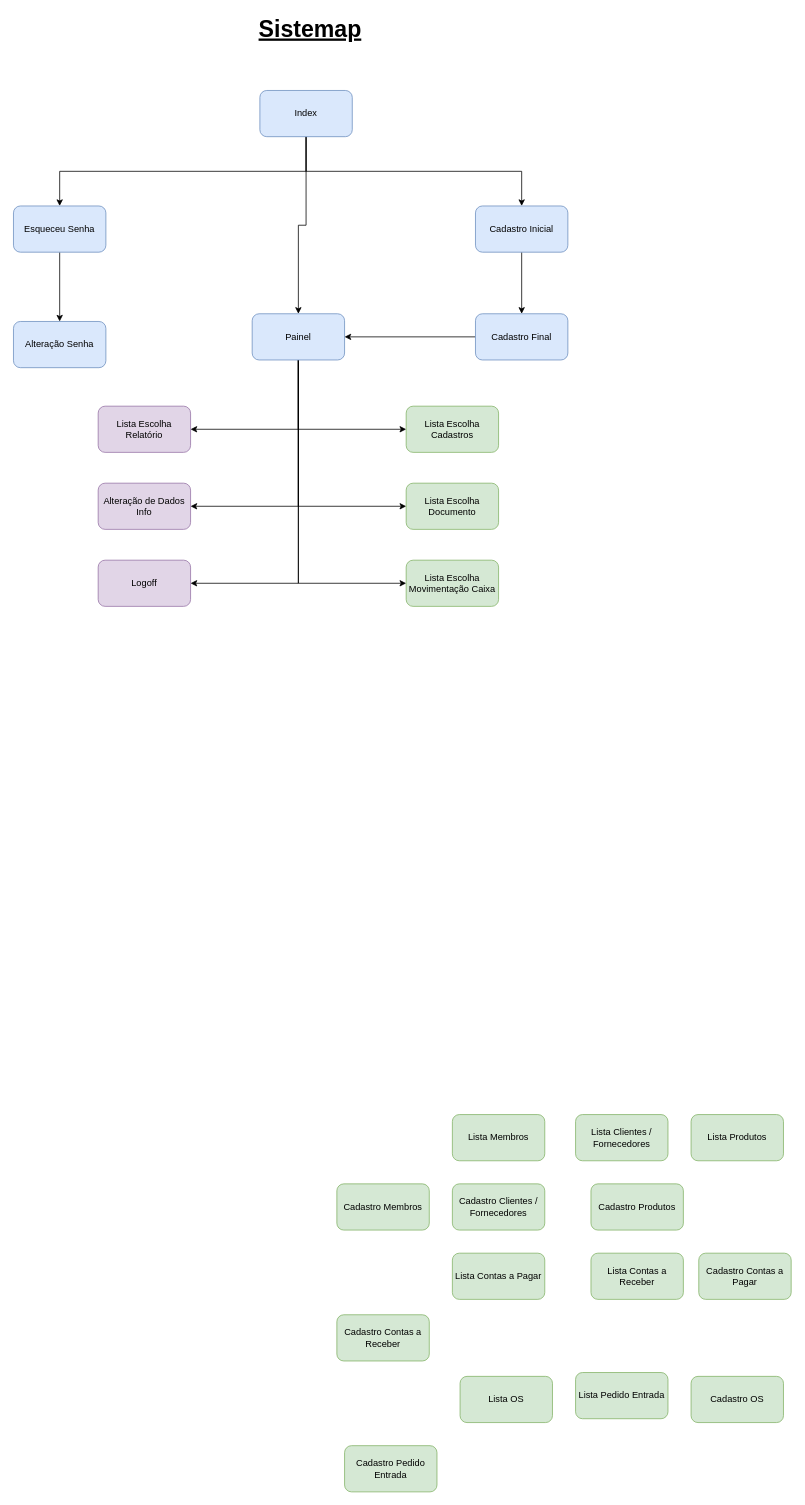
Earlier version of the draw.io diagram page "Sistemap Geral" (1 of 4) of APS - Sistemap.drawio (CSFelix/UML). Source tidied: cells renumbered, new cells numbered last; positions are measured from the earlier drawing's top-left corner, leaving out a move shared by most shapes. Both pictures are drawn from the tidied source at 77%, with x=0, y=0 at pixel (13, 13).
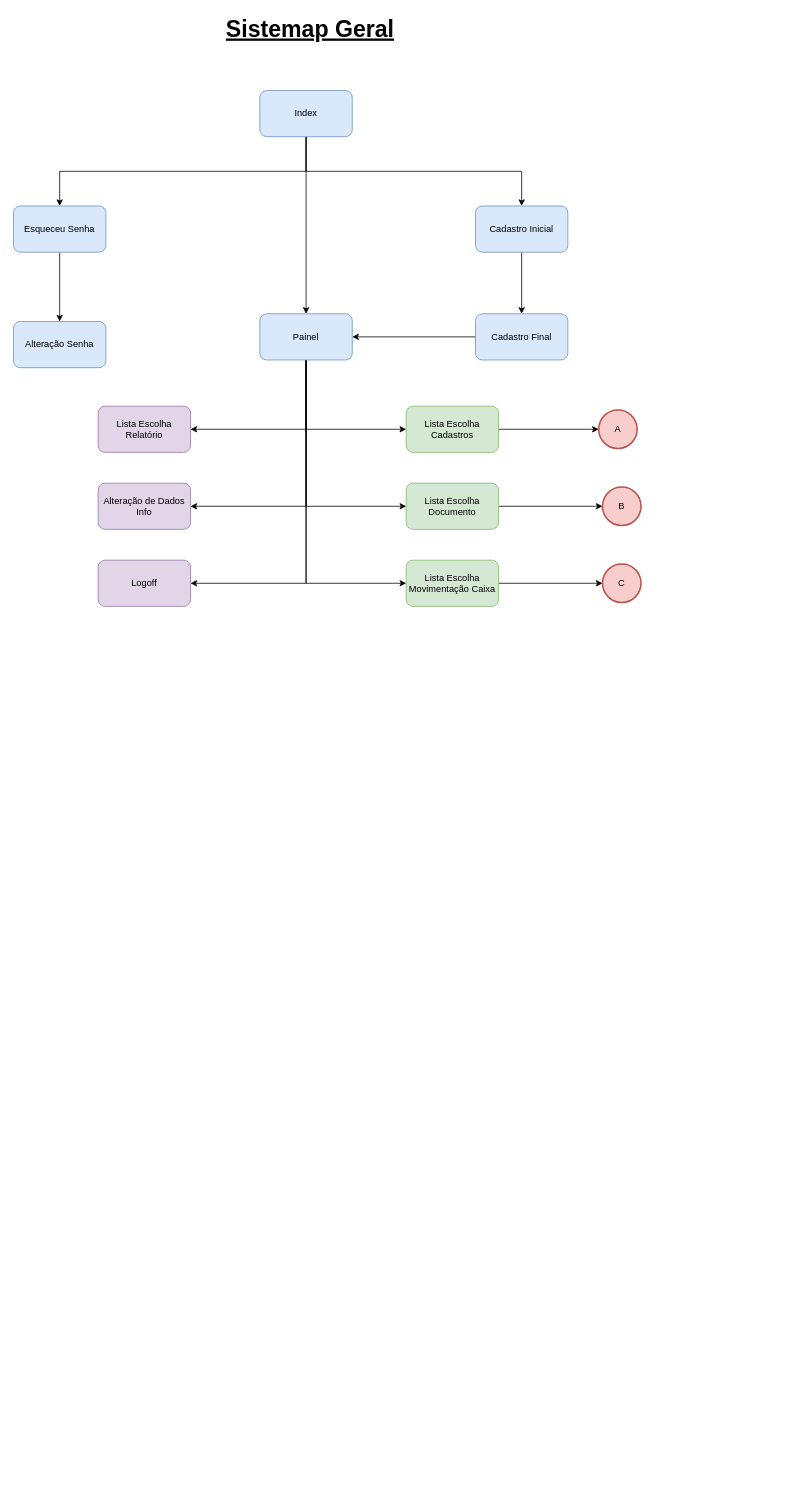
After the change.

The change refers to these unchanged cells:
```xml
<mxCell id="13" value="Lista Escolha Cadastros" style="rounded=1;whiteSpace=wrap;html=1;fillColor=#d5e8d4;strokeColor=#82b366;" parent="1" vertex="1">
  <mxGeometry x="510" y="510" width="120" height="60" as="geometry" />
</mxCell>
<mxCell id="20" value="Lista Escolha Movimentação Caixa" style="rounded=1;whiteSpace=wrap;html=1;fillColor=#d5e8d4;strokeColor=#82b366;" parent="1" vertex="1">
  <mxGeometry x="510" y="710" width="120" height="60" as="geometry" />
</mxCell>
<mxCell id="25" value="Lista Escolha Documento" style="rounded=1;whiteSpace=wrap;html=1;fillColor=#d5e8d4;strokeColor=#82b366;" parent="1" vertex="1">
  <mxGeometry x="510" y="610" width="120" height="60" as="geometry" />
</mxCell>
```

The edit, as a diff of the source:
```diff
@@
+    <mxCell id="41" style="edgeStyle=orthogonalEdgeStyle;rounded=0;jettySize=auto;html=1;" parent="1" edge="1" source="13" target="44">
+      <mxGeometry relative="1" as="geometry" />
+    </mxCell>
@@
-    <mxCell id="14" value="Lista Clientes / Fornecedores" style="rounded=1;whiteSpace=wrap;html=1;fillColor=#d5e8d4;strokeColor=#82b366;" parent="1" vertex="1">
-      <mxGeometry x="730" y="1430" width="120" height="60" as="geometry" />
-    </mxCell>
-    <mxCell id="15" value="Lista Membros" style="rounded=1;whiteSpace=wrap;html=1;fillColor=#d5e8d4;strokeColor=#82b366;" parent="1" vertex="1">
-      <mxGeometry x="570" y="1430" width="120" height="60" as="geometry" />
-    </mxCell>
-    <mxCell id="16" value="Lista Produtos" style="rounded=1;whiteSpace=wrap;html=1;fillColor=#d5e8d4;strokeColor=#82b366;" parent="1" vertex="1">
-      <mxGeometry x="880" y="1430" width="120" height="60" as="geometry" />
-    </mxCell>
-    <mxCell id="17" value="Cadastro Membros" style="rounded=1;whiteSpace=wrap;html=1;fillColor=#d5e8d4;strokeColor=#82b366;" parent="1" vertex="1">
-      <mxGeometry x="420" y="1520" width="120" height="60" as="geometry" />
-    </mxCell>
-    <mxCell id="18" value="Cadastro Produtos" style="rounded=1;whiteSpace=wrap;html=1;fillColor=#d5e8d4;strokeColor=#82b366;" parent="1" vertex="1">
-      <mxGeometry x="750" y="1520" width="120" height="60" as="geometry" />
-    </mxCell>
-    <mxCell id="19" value="Cadastro Clientes / Fornecedores" style="rounded=1;whiteSpace=wrap;html=1;fillColor=#d5e8d4;strokeColor=#82b366;" parent="1" vertex="1">
-      <mxGeometry x="570" y="1520" width="120" height="60" as="geometry" />
-    </mxCell>
+    <mxCell id="42" style="edgeStyle=orthogonalEdgeStyle;rounded=0;jettySize=auto;html=1;" parent="1" edge="1" source="20" target="46">
+      <mxGeometry relative="1" as="geometry" />
+    </mxCell>
@@
-    <mxCell id="21" value="Lista Contas a Receber" style="rounded=1;whiteSpace=wrap;html=1;fillColor=#d5e8d4;strokeColor=#82b366;" parent="1" vertex="1">
-      <mxGeometry x="750" y="1610" width="120" height="60" as="geometry" />
-    </mxCell>
-    <mxCell id="22" value="Lista Contas a Pagar" style="rounded=1;whiteSpace=wrap;html=1;fillColor=#d5e8d4;strokeColor=#82b366;" parent="1" vertex="1">
-      <mxGeometry x="570" y="1610" width="120" height="60" as="geometry" />
-    </mxCell>
-    <mxCell id="23" value="Cadastro Contas a Pagar" style="rounded=1;whiteSpace=wrap;html=1;fillColor=#d5e8d4;strokeColor=#82b366;" parent="1" vertex="1">
-      <mxGeometry x="890" y="1610" width="120" height="60" as="geometry" />
-    </mxCell>
-    <mxCell id="24" value="Cadastro Contas a Receber" style="rounded=1;whiteSpace=wrap;html=1;fillColor=#d5e8d4;strokeColor=#82b366;" parent="1" vertex="1">
-      <mxGeometry x="420" y="1690" width="120" height="60" as="geometry" />
-    </mxCell>
+    <mxCell id="43" style="edgeStyle=orthogonalEdgeStyle;rounded=0;jettySize=auto;html=1;entryX=0;entryY=0.5;entryDx=0;entryDy=0;entryPerimeter=0;" parent="1" edge="1" source="25" target="45">
+      <mxGeometry relative="1" as="geometry" />
+    </mxCell>
@@
-    <mxCell id="26" value="Cadastro Pedido Entrada" style="rounded=1;whiteSpace=wrap;html=1;fillColor=#d5e8d4;strokeColor=#82b366;" parent="1" vertex="1">
-      <mxGeometry x="430" y="1860" width="120" height="60" as="geometry" />
-    </mxCell>
-    <mxCell id="27" value="Cadastro OS" style="rounded=1;whiteSpace=wrap;html=1;fillColor=#d5e8d4;strokeColor=#82b366;" parent="1" vertex="1">
-      <mxGeometry x="880" y="1770" width="120" height="60" as="geometry" />
-    </mxCell>
-    <mxCell id="28" value="Lista Pedido Entrada" style="rounded=1;whiteSpace=wrap;html=1;fillColor=#d5e8d4;strokeColor=#82b366;" parent="1" vertex="1">
-      <mxGeometry x="730" y="1765" width="120" height="60" as="geometry" />
-    </mxCell>
-    <mxCell id="29" value="Lista OS" style="rounded=1;whiteSpace=wrap;html=1;fillColor=#d5e8d4;strokeColor=#82b366;" parent="1" vertex="1">
-      <mxGeometry x="580" y="1770" width="120" height="60" as="geometry" />
-    </mxCell>
@@
-    <mxCell id="33" value="Sistemap" style="text;html=1;align=center;verticalAlign=middle;rounded=0;fontStyle=5;dashed=1;shadow=0;sketch=0;glass=0;fontSize=30;direction=west;rotation=0;" parent="1" vertex="1">
-      <mxGeometry x="310" width="150" height="40" as="geometry" />
+    <mxCell id="33" value="Sistemap Geral" style="text;html=1;align=center;verticalAlign=middle;rounded=0;fontStyle=5;dashed=1;shadow=0;sketch=0;glass=0;fontSize=30;direction=west;rotation=0;" parent="1" vertex="1">
+      <mxGeometry x="270" width="230" height="40" as="geometry" />
     </mxCell>
@@
     <mxCell id="40" value="Painel" style="rounded=1;whiteSpace=wrap;html=1;fillColor=#dae8fc;strokeColor=#6c8ebf;" parent="1" vertex="1">
-      <mxGeometry x="310" y="390" width="120" height="60" as="geometry" />
+      <mxGeometry x="320" y="390" width="120" height="60" as="geometry" />
     </mxCell>
+    <mxCell id="44" value="A" style="strokeWidth=2;html=1;shape=mxgraph.flowchart.start_2;whiteSpace=wrap;fillColor=#f8cecc;strokeColor=#b85450;" parent="1" vertex="1">
+      <mxGeometry x="760" y="515" width="50" height="50" as="geometry" />
+    </mxCell>
+    <mxCell id="45" value="B" style="strokeWidth=2;html=1;shape=mxgraph.flowchart.start_2;whiteSpace=wrap;fillColor=#f8cecc;strokeColor=#b85450;" parent="1" vertex="1">
+      <mxGeometry x="765" y="615" width="50" height="50" as="geometry" />
+    </mxCell>
+    <mxCell id="46" value="C" style="strokeWidth=2;html=1;shape=mxgraph.flowchart.start_2;whiteSpace=wrap;fillColor=#f8cecc;strokeColor=#b85450;" parent="1" vertex="1">
+      <mxGeometry x="765" y="715" width="50" height="50" as="geometry" />
+    </mxCell>
```
